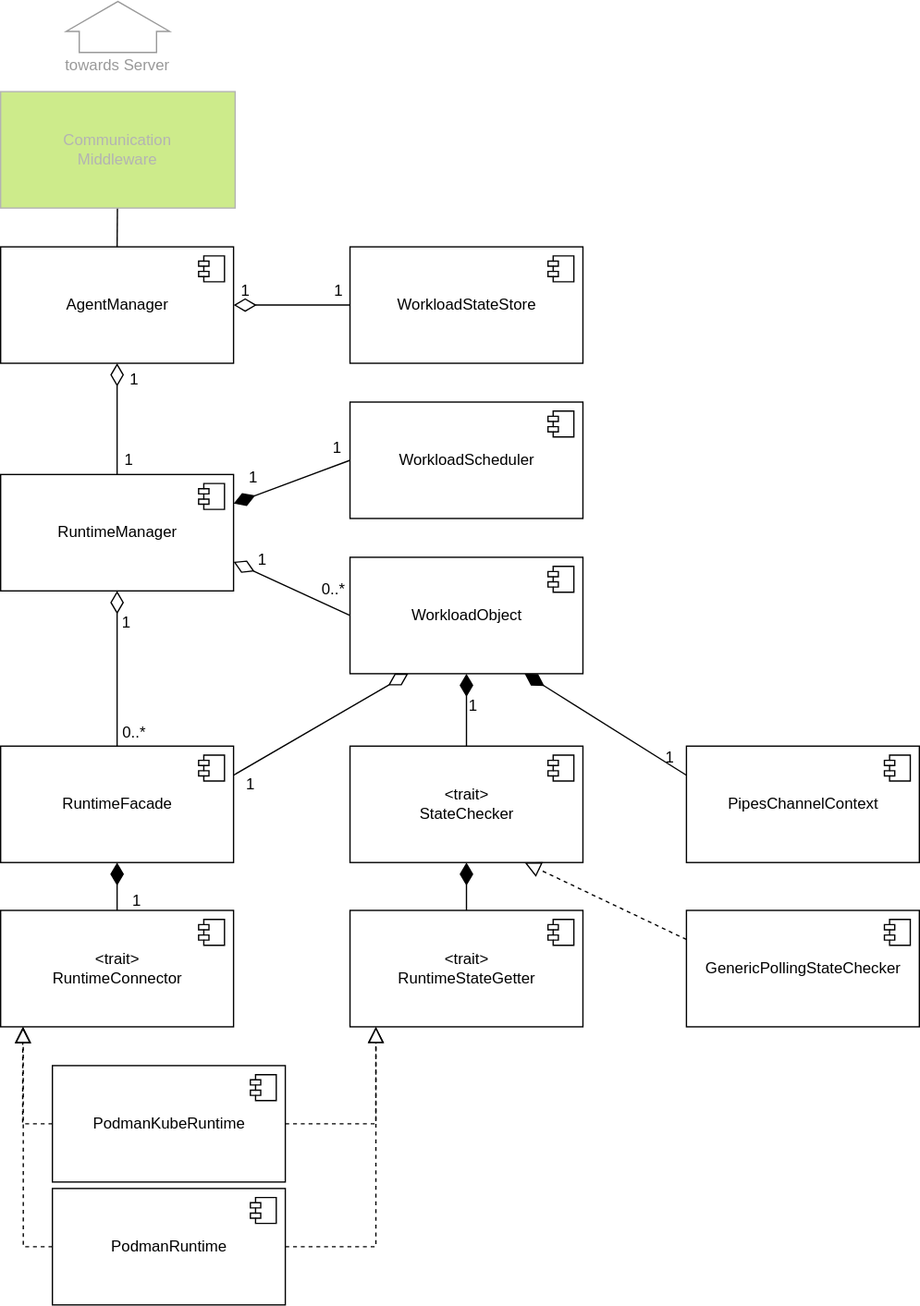
eclipse-ankaios/ankaios keeps this draw.io diagram as agent/doc/swdesign/drawio/unit_overview.drawio.svg. Above is the earlier version. Source tidied: cells renumbered, new cells last; positions are measured from the earlier drawing's top-left corner, leaving out a move shared by most shapes.
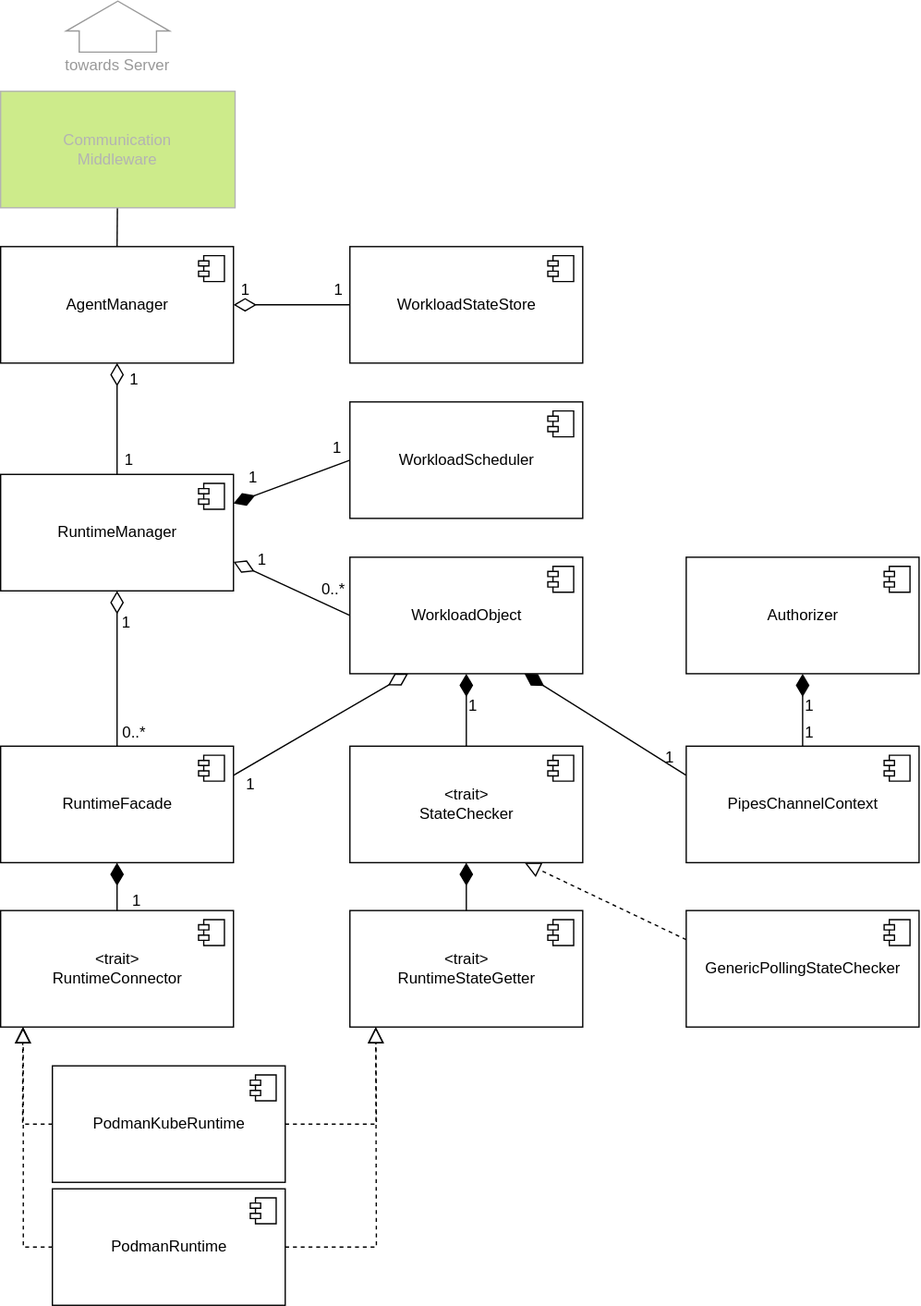
The same diagram one commit later.

Commit message:
Add Authorizer to structural view of the agent

Issue-Id: #22

What changed in the source:
```diff
@@ -213,5 +213,22 @@
     <mxCell id="60" value="1" style="text;html=1;align=center;verticalAlign=middle;strokeColor=none;fillColor=none;" parent="1" vertex="1">
       <mxGeometry x="187" y="437" width="30" height="30" as="geometry" />
     </mxCell>
+    <mxCell id="61" value="Authorizer" style="html=1;" parent="1" vertex="1">
+      <mxGeometry x="530" y="450" width="180" height="90" as="geometry" />
+    </mxCell>
+    <mxCell id="62" style="shape=module;jettyWidth=8;jettyHeight=4;" parent="61" vertex="1">
+      <mxGeometry x="1" width="20" height="20" relative="1" as="geometry">
+        <mxPoint x="-27" y="7" as="offset" />
+      </mxGeometry>
+    </mxCell>
+    <mxCell id="63" style="edgeStyle=none;html=1;entryX=0.5;entryY=0;entryDx=0;entryDy=0;startArrow=diamondThin;startFill=1;endArrow=none;endFill=0;startSize=15;endSize=10;exitX=0.5;exitY=1;exitDx=0;exitDy=0;" parent="1" edge="1" source="61" target="31">
+      <mxGeometry relative="1" as="geometry" />
+    </mxCell>
+    <mxCell id="64" value="1" style="text;html=1;align=center;verticalAlign=middle;strokeColor=none;fillColor=none;" parent="1" vertex="1">
+      <mxGeometry x="610" y="550" width="30" height="30" as="geometry" />
+    </mxCell>
+    <mxCell id="65" value="1" style="text;html=1;align=center;verticalAlign=middle;strokeColor=none;fillColor=none;" parent="1" vertex="1">
+      <mxGeometry x="610" y="571" width="30" height="30" as="geometry" />
+    </mxCell>
   </root>
 </mxGraphModel>
```
